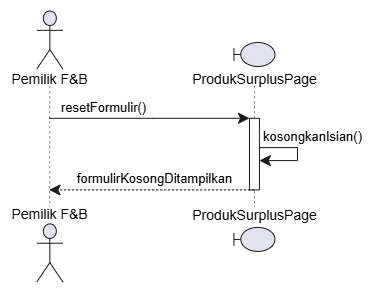
Before: docs/M8/assets/diagram/Gambar 3.6.2. Sequence Diagram UC06 - Mereset Isian Formulir.png, a diagram exported from draw.io (Edbertf/IF2150-RPL-K03-G08). Source tidied: cells renumbered, new cells last; positions are measured from the earlier drawing's top-left corner, leaving out a move shared by most shapes. Source of this version:
```xml
<mxGraphModel>
  <root>
    <mxCell id="0" />
    <mxCell id="1" parent="0" />
    <mxCell id="2" style="group;transparentBounds=1;editIcon=1;lockedGroup=0;groupPadding=10;" parent="1" vertex="1">
      <mxGeometry as="geometry" />
    </mxCell>
    <mxCell id="3" style="shape=umlLifeline;perimeter=lifelinePerimeter;participant=headless;size=75.49;lifelineMirror=1;dashPattern=5 5;outlineConnect=0;portConstraint=eastwest;newEdgeStyle={&quot;edgeStyle&quot;:&quot;sequenceEdgeStyle&quot;,&quot;libavoidRouting&quot;:0,&quot;curved&quot;:0,&quot;rounded&quot;:0};fillColor=none;strokeColor=#181818;strokeWidth=0.5;" parent="2" vertex="1">
      <mxGeometry x="30" y="30" width="78.7" height="271.9" as="geometry" />
    </mxCell>
    <mxCell id="4" value="Pemilik F&amp;amp;B" style="shape=umlActor;verticalLabelPosition=bottom;verticalAlign=top;spacingTop=-5;fillColor=#E2E2F0;strokeColor=#181818;fontColor=#000000;fontSize=14;html=1;" parent="3" vertex="1">
      <mxGeometry x="26.3" y="0.5" width="26" height="58" as="geometry" />
    </mxCell>
    <mxCell id="5" value="Pemilik F&amp;amp;B" style="shape=umlActor;verticalLabelPosition=top;verticalAlign=bottom;spacingBottom=-2.5;fillColor=#E2E2F0;strokeColor=#181818;fontColor=#000000;fontSize=14;html=1;" parent="3" vertex="1">
      <mxGeometry x="26.3" y="213.4" width="26" height="58" as="geometry" />
    </mxCell>
    <mxCell id="6" style="shape=umlLifeline;perimeter=lifelinePerimeter;participant=headless;size=43.49;lifelineMirror=1;dashPattern=5 5;outlineConnect=0;portConstraint=eastwest;newEdgeStyle={&quot;edgeStyle&quot;:&quot;sequenceEdgeStyle&quot;,&quot;libavoidRouting&quot;:0,&quot;curved&quot;:0,&quot;rounded&quot;:0};fillColor=none;strokeColor=#181818;strokeWidth=0.5;" parent="2" vertex="1">
      <mxGeometry x="206.5" y="62" width="134.8" height="207.9" as="geometry" />
    </mxCell>
    <mxCell id="7" style="rounded=0;fillColor=#FFFFFF;strokeColor=#181818;strokeWidth=1;points=[];perimeter=orthogonalPerimeter;outlineConnect=0;portConstraint=eastwest;newEdgeStyle={&quot;edgeStyle&quot;:&quot;sequenceEdgeStyle&quot;,&quot;libavoidRouting&quot;:0,&quot;curved&quot;:0,&quot;rounded&quot;:0};" parent="6" vertex="1">
      <mxGeometry x="62.4" y="75.8" width="10" height="71.6" as="geometry" />
    </mxCell>
    <mxCell id="8" value="ProdukSurplusPage" style="shape=umlBoundary;verticalLabelPosition=bottom;verticalAlign=top;spacingTop=-2.5;fillColor=#E2E2F0;strokeColor=#181818;fontColor=#000000;fontSize=14;html=1;" parent="6" vertex="1">
      <mxGeometry x="46.9" width="41" height="24" as="geometry" />
    </mxCell>
    <mxCell id="9" value="ProdukSurplusPage" style="shape=umlBoundary;verticalLabelPosition=top;verticalAlign=bottom;spacingBottom=1;fillColor=#E2E2F0;strokeColor=#181818;fontColor=#000000;fontSize=14;html=1;" parent="6" vertex="1">
      <mxGeometry x="46.9" y="184.9" width="41" height="24" as="geometry" />
    </mxCell>
    <mxCell id="10" style="endArrow=classic;endFill=1;endSize=9;html=1;edgeStyle=sequenceEdgeStyle;libavoidRouting=0;curved=0;rounded=0;strokeColor=#181818;strokeWidth=1;fontSize=11;sourcePerimeterSpacing=0;targetPerimeterSpacing=0;" parent="6" edge="1" source="7" target="7">
      <mxGeometry relative="1" as="geometry">
        <Array as="points">
          <mxPoint x="110.4" y="105.1" />
          <mxPoint x="110.4" y="118.1" />
        </Array>
      </mxGeometry>
    </mxCell>
    <mxCell id="11" value="kosongkanIsian()" style="text;html=1;fontColor=#000000;fontSize=13;align=left;verticalAlign=middle;" parent="10" vertex="1">
      <mxGeometry x="-1" width="113.05" height="18.31" relative="1" as="geometry">
        <mxPoint x="2" y="-20.3" as="offset" />
      </mxGeometry>
    </mxCell>
    <mxCell id="12" value="resetFormulir()" style="endArrow=classic;endFill=1;endSize=9;html=1;edgeStyle=sequenceEdgeStyle;libavoidRouting=0;curved=0;rounded=0;strokeColor=#181818;strokeWidth=1;fontColor=#000000;fontSize=13;verticalAlign=bottom;labelBackgroundColor=none;sourcePerimeterSpacing=0;targetPerimeterSpacing=0;" parent="2" edge="1" source="3" target="7">
      <mxGeometry x="-0.46" relative="1" as="geometry">
        <Array as="points">
          <mxPoint x="169" y="137.8" />
        </Array>
      </mxGeometry>
    </mxCell>
    <mxCell id="13" value="formulirKosongDitampilkan" style="endArrow=classic;endFill=1;endSize=9;html=1;edgeStyle=sequenceEdgeStyle;libavoidRouting=0;curved=0;rounded=0;strokeColor=#181818;strokeWidth=1;fontColor=#000000;fontSize=13;verticalAlign=bottom;labelBackgroundColor=none;dashed=1;dashPattern=2 2;sourcePerimeterSpacing=0;targetPerimeterSpacing=0;" parent="2" edge="1" source="6" target="3">
      <mxGeometry x="-0.02" relative="1" as="geometry">
        <Array as="points">
          <mxPoint x="172" y="209.4" />
        </Array>
      </mxGeometry>
    </mxCell>
  </root>
</mxGraphModel>
```
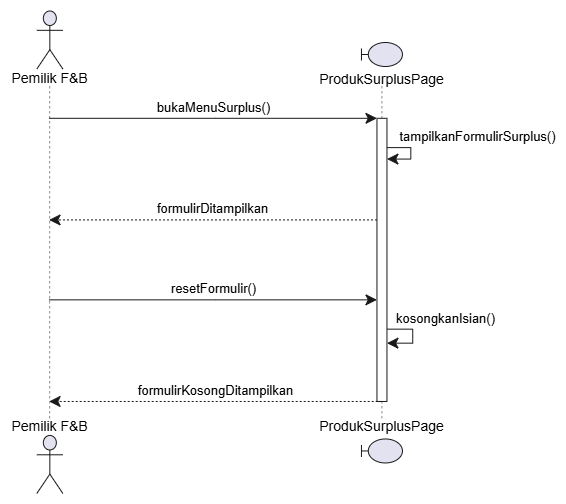
After the change.

What changed in the source:
```diff
@@ -5,51 +5,78 @@
     <mxCell id="2" style="group;transparentBounds=1;editIcon=1;lockedGroup=0;groupPadding=10;" parent="1" vertex="1">
       <mxGeometry as="geometry" />
     </mxCell>
-    <mxCell id="3" style="shape=umlLifeline;perimeter=lifelinePerimeter;participant=headless;size=75.49;lifelineMirror=1;dashPattern=5 5;outlineConnect=0;portConstraint=eastwest;newEdgeStyle={&quot;edgeStyle&quot;:&quot;sequenceEdgeStyle&quot;,&quot;libavoidRouting&quot;:0,&quot;curved&quot;:0,&quot;rounded&quot;:0};fillColor=none;strokeColor=#181818;strokeWidth=0.5;" parent="2" vertex="1">
-      <mxGeometry x="30" y="30" width="78.7" height="271.9" as="geometry" />
-    </mxCell>
+    <mxCell id="14" style="shape=umlLifeline;perimeter=lifelinePerimeter;participant=headless;size=75.49;lifelineMirror=1;dashPattern=5 5;outlineConnect=0;portConstraint=eastwest;newEdgeStyle={&quot;edgeStyle&quot;:&quot;sequenceEdgeStyle&quot;,&quot;libavoidRouting&quot;:0,&quot;curved&quot;:0,&quot;rounded&quot;:0};fillColor=none;strokeColor=#181818;strokeWidth=0.5;" parent="2" vertex="1">
+      <mxGeometry x="30" y="30" width="78.7" height="483.5" as="geometry" />
+    </mxCell>
-    <mxCell id="4" value="Pemilik F&amp;amp;B" style="shape=umlActor;verticalLabelPosition=bottom;verticalAlign=top;spacingTop=-5;fillColor=#E2E2F0;strokeColor=#181818;fontColor=#000000;fontSize=14;html=1;" parent="3" vertex="1">
+    <mxCell id="4" value="Pemilik F&amp;amp;B" style="shape=umlActor;verticalLabelPosition=bottom;verticalAlign=top;spacingTop=-5;fillColor=#E2E2F0;strokeColor=#181818;fontColor=#000000;fontSize=14;html=1;" parent="14" vertex="1">
       <mxGeometry x="26.3" y="0.5" width="26" height="58" as="geometry" />
     </mxCell>
-    <mxCell id="5" value="Pemilik F&amp;amp;B" style="shape=umlActor;verticalLabelPosition=top;verticalAlign=bottom;spacingBottom=-2.5;fillColor=#E2E2F0;strokeColor=#181818;fontColor=#000000;fontSize=14;html=1;" parent="3" vertex="1">
-      <mxGeometry x="26.3" y="213.4" width="26" height="58" as="geometry" />
+    <mxCell id="5" value="Pemilik F&amp;amp;B" style="shape=umlActor;verticalLabelPosition=top;verticalAlign=bottom;spacingBottom=-2.5;fillColor=#E2E2F0;strokeColor=#181818;fontColor=#000000;fontSize=14;html=1;" parent="14" vertex="1">
+      <mxGeometry x="26.3" y="425" width="26" height="58" as="geometry" />
     </mxCell>
-    <mxCell id="6" style="shape=umlLifeline;perimeter=lifelinePerimeter;participant=headless;size=43.49;lifelineMirror=1;dashPattern=5 5;outlineConnect=0;portConstraint=eastwest;newEdgeStyle={&quot;edgeStyle&quot;:&quot;sequenceEdgeStyle&quot;,&quot;libavoidRouting&quot;:0,&quot;curved&quot;:0,&quot;rounded&quot;:0};fillColor=none;strokeColor=#181818;strokeWidth=0.5;" parent="2" vertex="1">
-      <mxGeometry x="206.5" y="62" width="134.8" height="207.9" as="geometry" />
-    </mxCell>
-    <mxCell id="7" style="rounded=0;fillColor=#FFFFFF;strokeColor=#181818;strokeWidth=1;points=[];perimeter=orthogonalPerimeter;outlineConnect=0;portConstraint=eastwest;newEdgeStyle={&quot;edgeStyle&quot;:&quot;sequenceEdgeStyle&quot;,&quot;libavoidRouting&quot;:0,&quot;curved&quot;:0,&quot;rounded&quot;:0};" parent="6" vertex="1">
-      <mxGeometry x="62.4" y="75.8" width="10" height="71.6" as="geometry" />
-    </mxCell>
+    <mxCell id="15" style="shape=umlLifeline;perimeter=lifelinePerimeter;participant=headless;size=43.49;lifelineMirror=1;dashPattern=5 5;outlineConnect=0;portConstraint=eastwest;newEdgeStyle={&quot;edgeStyle&quot;:&quot;sequenceEdgeStyle&quot;,&quot;libavoidRouting&quot;:0,&quot;curved&quot;:0,&quot;rounded&quot;:0};fillColor=none;strokeColor=#181818;strokeWidth=0.5;" parent="2" vertex="1">
+      <mxGeometry x="336.3" y="62" width="130.4" height="419.5" as="geometry" />
+    </mxCell>
+    <mxCell id="16" style="rounded=0;fillColor=#FFFFFF;strokeColor=#181818;strokeWidth=1;points=[];perimeter=orthogonalPerimeter;outlineConnect=0;portConstraint=eastwest;newEdgeStyle={&quot;edgeStyle&quot;:&quot;sequenceEdgeStyle&quot;,&quot;libavoidRouting&quot;:0,&quot;curved&quot;:0,&quot;rounded&quot;:0};" parent="15" vertex="1">
+      <mxGeometry x="60.2" y="75.8" width="10" height="283.2" as="geometry" />
+    </mxCell>
-    <mxCell id="8" value="ProdukSurplusPage" style="shape=umlBoundary;verticalLabelPosition=bottom;verticalAlign=top;spacingTop=-2.5;fillColor=#E2E2F0;strokeColor=#181818;fontColor=#000000;fontSize=14;html=1;" parent="6" vertex="1">
-      <mxGeometry x="46.9" width="41" height="24" as="geometry" />
+    <mxCell id="8" value="ProdukSurplusPage" style="shape=umlBoundary;verticalLabelPosition=bottom;verticalAlign=top;spacingTop=-2.5;fillColor=#E2E2F0;strokeColor=#181818;fontColor=#000000;fontSize=14;html=1;" parent="15" vertex="1">
+      <mxGeometry x="44.7" width="41" height="24" as="geometry" />
     </mxCell>
-    <mxCell id="9" value="ProdukSurplusPage" style="shape=umlBoundary;verticalLabelPosition=top;verticalAlign=bottom;spacingBottom=1;fillColor=#E2E2F0;strokeColor=#181818;fontColor=#000000;fontSize=14;html=1;" parent="6" vertex="1">
-      <mxGeometry x="46.9" y="184.9" width="41" height="24" as="geometry" />
+    <mxCell id="9" value="ProdukSurplusPage" style="shape=umlBoundary;verticalLabelPosition=top;verticalAlign=bottom;spacingBottom=1;fillColor=#E2E2F0;strokeColor=#181818;fontColor=#000000;fontSize=14;html=1;" parent="15" vertex="1">
+      <mxGeometry x="44.7" y="396.5" width="41" height="24" as="geometry" />
     </mxCell>
-    <mxCell id="10" style="endArrow=classic;endFill=1;endSize=9;html=1;edgeStyle=sequenceEdgeStyle;libavoidRouting=0;curved=0;rounded=0;strokeColor=#181818;strokeWidth=1;fontSize=11;sourcePerimeterSpacing=0;targetPerimeterSpacing=0;" parent="6" edge="1" source="7" target="7">
-      <mxGeometry relative="1" as="geometry">
-        <Array as="points">
-          <mxPoint x="110.4" y="105.1" />
-          <mxPoint x="110.4" y="118.1" />
-        </Array>
-      </mxGeometry>
-    </mxCell>
+    <mxCell id="17" style="endArrow=classic;endFill=1;endSize=9;html=1;edgeStyle=sequenceEdgeStyle;libavoidRouting=0;curved=0;rounded=0;strokeColor=#181818;strokeWidth=1;align=center;fontSize=11;sourcePerimeterSpacing=0;targetPerimeterSpacing=0;" parent="15" edge="1" source="16" target="16">
+      <mxGeometry relative="1" as="geometry">
+        <Array as="points">
+          <mxPoint x="96" y="286.7" />
+          <mxPoint x="96" y="300.7" />
+        </Array>
+      </mxGeometry>
+    </mxCell>
-    <mxCell id="11" value="kosongkanIsian()" style="text;html=1;fontColor=#000000;fontSize=13;align=left;verticalAlign=middle;" parent="10" vertex="1">
+    <mxCell id="11" value="kosongkanIsian()" style="text;html=1;fontColor=#000000;fontSize=13;align=center;verticalAlign=middle;" parent="17" vertex="1">
       <mxGeometry x="-1" width="113.05" height="18.31" relative="1" as="geometry">
         <mxPoint x="2" y="-20.3" as="offset" />
       </mxGeometry>
     </mxCell>
+    <mxCell id="18" style="endArrow=classic;endFill=1;endSize=9;html=1;edgeStyle=sequenceEdgeStyle;libavoidRouting=0;curved=0;rounded=0;strokeColor=#181818;strokeWidth=1;align=center;fontSize=11;sourcePerimeterSpacing=0;targetPerimeterSpacing=0;" parent="15" edge="1" source="16" target="16">
+      <mxGeometry relative="1" as="geometry">
+        <Array as="points">
+          <mxPoint x="94.1" y="105.1" />
+          <mxPoint x="94.1" y="116.6" />
+        </Array>
+      </mxGeometry>
+    </mxCell>
+    <mxCell id="19" value="tampilkanFormulirSurplus()" style="text;html=1;fontColor=#000000;fontSize=13;align=center;verticalAlign=middle;" parent="18" vertex="1">
+      <mxGeometry x="-1" width="177.51" height="18.31" relative="1" as="geometry">
+        <mxPoint x="2" y="-20.3" as="offset" />
+      </mxGeometry>
+    </mxCell>
+    <mxCell id="20" value="bukaMenuSurplus()" style="endArrow=classic;endFill=1;endSize=9;html=1;edgeStyle=sequenceEdgeStyle;libavoidRouting=0;curved=0;rounded=0;strokeColor=#181818;strokeWidth=1;fontColor=#000000;fontSize=13;verticalAlign=bottom;labelBackgroundColor=none;align=center;sourcePerimeterSpacing=0;targetPerimeterSpacing=0;" parent="2" edge="1" source="14" target="16">
+      <mxGeometry relative="1" as="geometry">
+        <Array as="points">
+          <mxPoint x="233" y="137.8" />
+        </Array>
+      </mxGeometry>
+    </mxCell>
+    <mxCell id="21" value="formulirDitampilkan" style="endArrow=classic;endFill=1;endSize=9;html=1;edgeStyle=sequenceEdgeStyle;libavoidRouting=0;curved=0;rounded=0;strokeColor=#181818;strokeWidth=1;fontColor=#000000;fontSize=13;verticalAlign=bottom;labelBackgroundColor=none;dashed=1;dashPattern=2 2;align=center;sourcePerimeterSpacing=0;targetPerimeterSpacing=0;" parent="2" edge="1" source="16" target="14">
+      <mxGeometry relative="1" as="geometry">
+        <Array as="points">
+          <mxPoint x="233" y="239.4" />
+        </Array>
+      </mxGeometry>
+    </mxCell>
-    <mxCell id="12" value="resetFormulir()" style="endArrow=classic;endFill=1;endSize=9;html=1;edgeStyle=sequenceEdgeStyle;libavoidRouting=0;curved=0;rounded=0;strokeColor=#181818;strokeWidth=1;fontColor=#000000;fontSize=13;verticalAlign=bottom;labelBackgroundColor=none;sourcePerimeterSpacing=0;targetPerimeterSpacing=0;" parent="2" edge="1" source="3" target="7">
-      <mxGeometry x="-0.46" relative="1" as="geometry">
+    <mxCell id="12" value="resetFormulir()" style="endArrow=classic;endFill=1;endSize=9;html=1;edgeStyle=sequenceEdgeStyle;libavoidRouting=0;curved=0;rounded=0;strokeColor=#181818;strokeWidth=1;fontColor=#000000;fontSize=13;verticalAlign=bottom;labelBackgroundColor=none;align=center;sourcePerimeterSpacing=0;targetPerimeterSpacing=0;" parent="2" edge="1" source="14" target="16">
+      <mxGeometry relative="1" as="geometry">
         <Array as="points">
-          <mxPoint x="169" y="137.8" />
+          <mxPoint x="233" y="319.4" />
         </Array>
       </mxGeometry>
     </mxCell>
-    <mxCell id="13" value="formulirKosongDitampilkan" style="endArrow=classic;endFill=1;endSize=9;html=1;edgeStyle=sequenceEdgeStyle;libavoidRouting=0;curved=0;rounded=0;strokeColor=#181818;strokeWidth=1;fontColor=#000000;fontSize=13;verticalAlign=bottom;labelBackgroundColor=none;dashed=1;dashPattern=2 2;sourcePerimeterSpacing=0;targetPerimeterSpacing=0;" parent="2" edge="1" source="6" target="3">
-      <mxGeometry x="-0.02" relative="1" as="geometry">
+    <mxCell id="13" value="formulirKosongDitampilkan" style="endArrow=classic;endFill=1;endSize=9;html=1;edgeStyle=sequenceEdgeStyle;libavoidRouting=0;curved=0;rounded=0;strokeColor=#181818;strokeWidth=1;fontColor=#000000;fontSize=13;verticalAlign=bottom;labelBackgroundColor=none;dashed=1;dashPattern=2 2;align=center;sourcePerimeterSpacing=0;targetPerimeterSpacing=0;" parent="2" edge="1" source="15" target="14">
+      <mxGeometry relative="1" as="geometry">
         <Array as="points">
-          <mxPoint x="172" y="209.4" />
+          <mxPoint x="235" y="421" />
         </Array>
       </mxGeometry>
     </mxCell>
```
